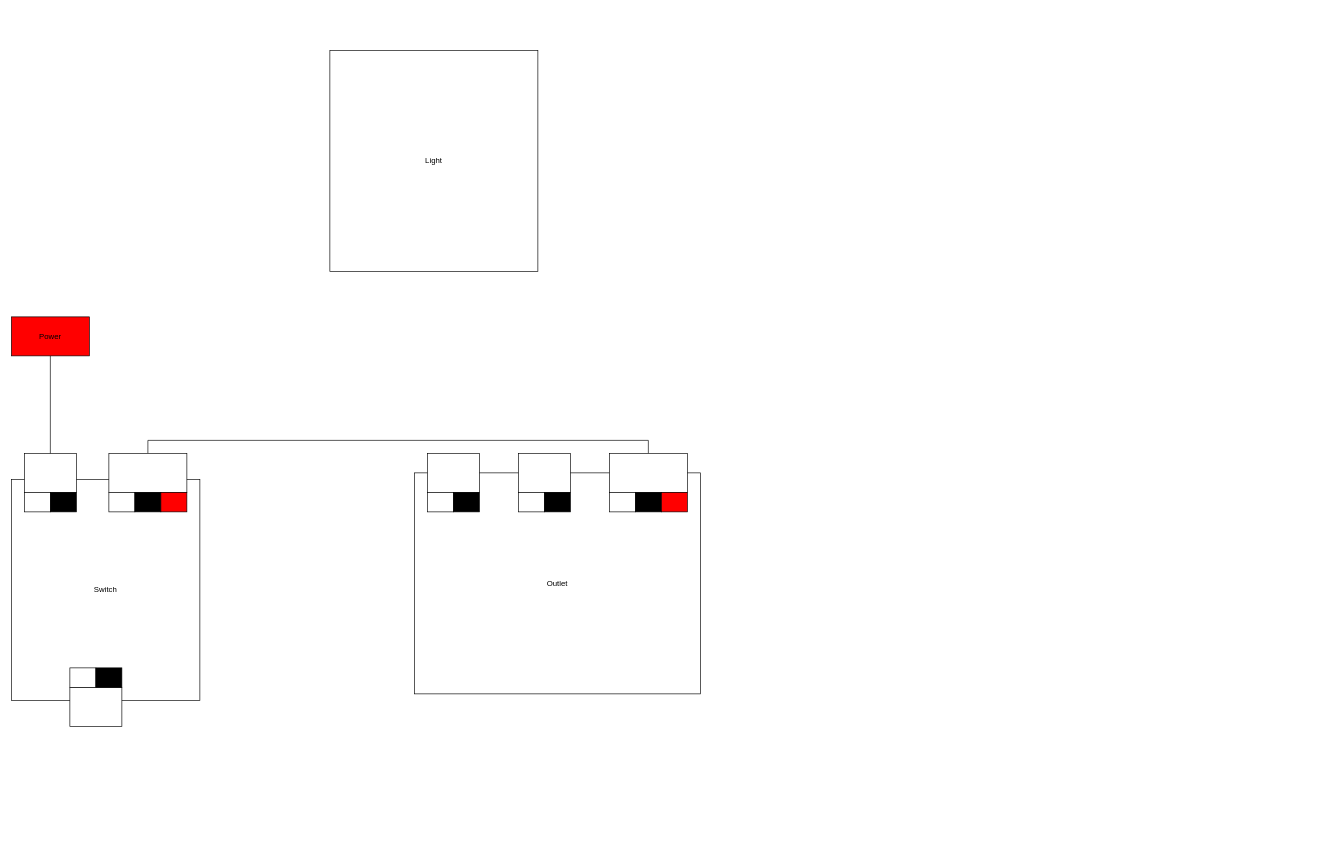
pauldotknopf/drawio keeps this draw.io diagram as Electrical.drawio. Above is the earlier version. Source tidied: cells renumbered, new cells numbered last; positions are measured from the earlier drawing's top-left corner, leaving out a move shared by most shapes. Both pictures are drawn from the tidied source at 65%, with x=0, y=0 at pixel (11, 50).
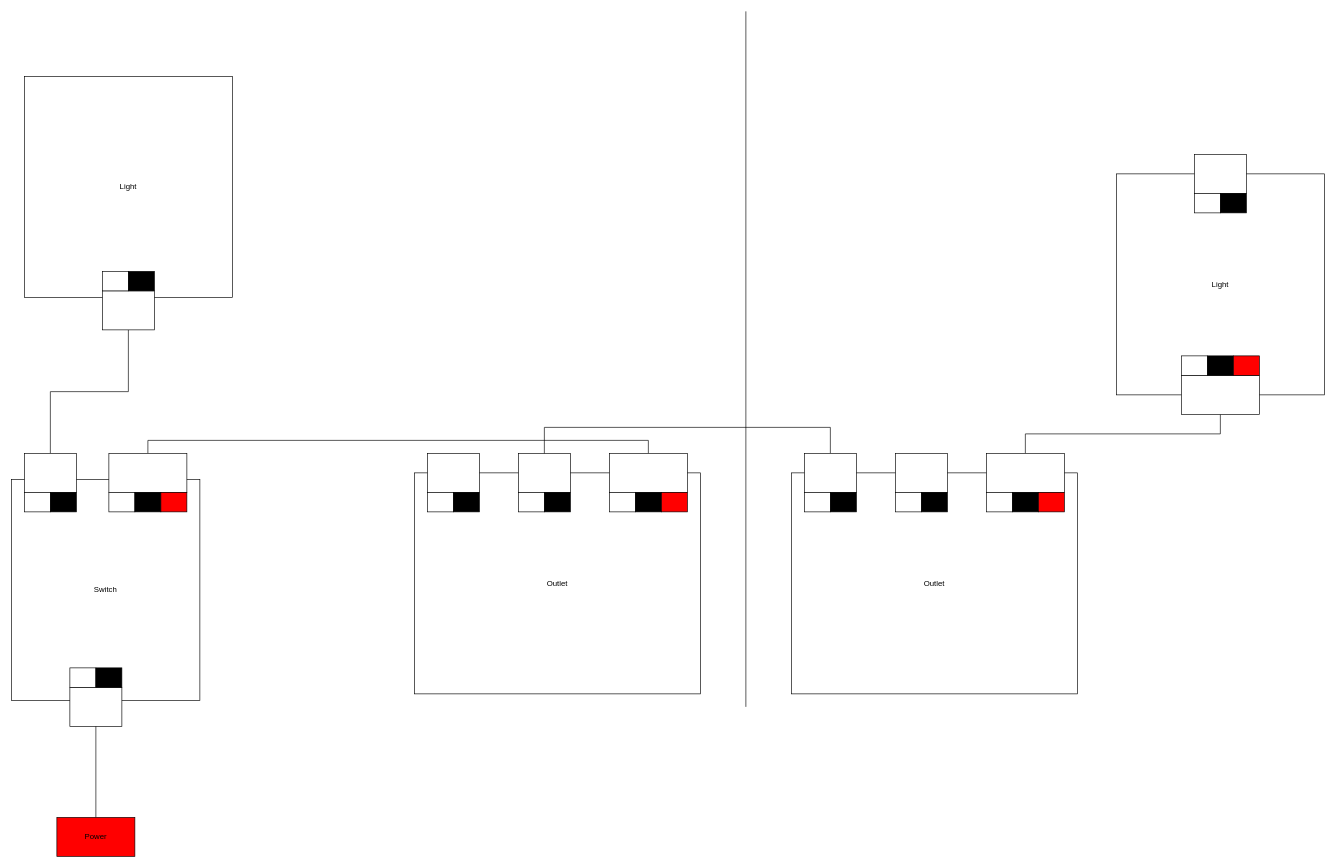
The same diagram, later.

The change refers to these unchanged cells:
```xml
<mxCell id="10" style="rounded=0;whiteSpace=wrap;html=1;" parent="1" vertex="1">
  <mxGeometry x="20" y="620" width="80" height="60" as="geometry" />
</mxCell>
<mxCell id="13" style="rounded=0;whiteSpace=wrap;html=1;" parent="1" vertex="1">
  <mxGeometry x="90" y="980" width="80" height="60" as="geometry" />
</mxCell>
<mxCell id="20" style="rounded=0;whiteSpace=wrap;html=1;" parent="1" vertex="1">
  <mxGeometry x="780" y="620" width="80" height="60" as="geometry" />
</mxCell>
```

Change to the diagram source:
```diff
@@
     <mxCell id="4" value="Light" style="rounded=0;whiteSpace=wrap;html=1;" parent="1" vertex="1">
-      <mxGeometry x="490" width="320" height="340" as="geometry" />
+      <mxGeometry x="20" y="40" width="320" height="340" as="geometry" />
     </mxCell>
@@
+    <mxCell id="28" style="edgeStyle=orthogonalEdgeStyle;rounded=0;jettySize=auto;html=1;exitX=0.5;exitY=0;exitDx=0;exitDy=0;entryX=0.5;entryY=1;entryDx=0;entryDy=0;endArrow=none;endFill=0;" parent="1" edge="1" source="10" target="44">
+      <mxGeometry relative="1" as="geometry" />
+    </mxCell>
@@
+    <mxCell id="29" style="edgeStyle=orthogonalEdgeStyle;rounded=0;jettySize=auto;html=1;exitX=0.5;exitY=0;exitDx=0;exitDy=0;entryX=0.5;entryY=0;entryDx=0;entryDy=0;endArrow=none;endFill=0;" parent="1" edge="1" source="20" target="41">
+      <mxGeometry relative="1" as="geometry">
+        <Array as="points">
+          <mxPoint x="820" y="580" />
+          <mxPoint x="1260" y="580" />
+        </Array>
+      </mxGeometry>
+    </mxCell>
@@
-    <mxCell id="26" style="edgeStyle=orthogonalEdgeStyle;rounded=0;jettySize=auto;html=1;exitX=0.5;exitY=1;exitDx=0;exitDy=0;entryX=0.5;entryY=0;entryDx=0;entryDy=0;endArrow=none;endFill=0;" parent="1" edge="1" source="27" target="10">
-      <mxGeometry relative="1" as="geometry" />
-    </mxCell>
+    <mxCell id="30" style="edgeStyle=orthogonalEdgeStyle;rounded=0;jettySize=auto;html=1;exitX=0.5;exitY=0;exitDx=0;exitDy=0;entryX=0.5;entryY=1;entryDx=0;entryDy=0;endArrow=none;endFill=0;" parent="1" edge="1" source="27" target="13">
+      <mxGeometry relative="1" as="geometry" />
+    </mxCell>
     <mxCell id="27" value="Power" style="rounded=0;whiteSpace=wrap;html=1;fillColor=#FF0000;" parent="1" vertex="1">
-      <mxGeometry y="410" width="120" height="60" as="geometry" />
+      <mxGeometry x="70" y="1180" width="120" height="60" as="geometry" />
     </mxCell>
+    <mxCell id="31" style="endArrow=none;html=1;rounded=0;" parent="1" edge="1">
+      <mxGeometry relative="1" as="geometry">
+        <mxPoint x="1130" y="1010" as="sourcePoint" />
+        <mxPoint x="1130" y="-60" as="targetPoint" />
+      </mxGeometry>
+    </mxCell>
+    <mxCell id="32" value="Outlet" style="rounded=0;whiteSpace=wrap;html=1;" parent="1" vertex="1">
+      <mxGeometry x="1200" y="650" width="440" height="340" as="geometry" />
+    </mxCell>
+    <mxCell id="33" style="edgeStyle=orthogonalEdgeStyle;rounded=0;jettySize=auto;html=1;exitX=0.5;exitY=0;exitDx=0;exitDy=0;entryX=0.5;entryY=1;entryDx=0;entryDy=0;endArrow=none;endFill=0;" parent="1" edge="1" source="34" target="51">
+      <mxGeometry relative="1" as="geometry" />
+    </mxCell>
+    <mxCell id="34" style="rounded=0;whiteSpace=wrap;html=1;" parent="1" vertex="1">
+      <mxGeometry x="1500" y="620" width="120" height="60" as="geometry" />
+    </mxCell>
+    <mxCell id="35" style="rounded=0;whiteSpace=wrap;html=1;" parent="1" vertex="1">
+      <mxGeometry x="1500" y="680" width="40" height="30" as="geometry" />
+    </mxCell>
+    <mxCell id="36" style="rounded=0;whiteSpace=wrap;html=1;fillColor=#000000;" parent="1" vertex="1">
+      <mxGeometry x="1540" y="680" width="40" height="30" as="geometry" />
+    </mxCell>
+    <mxCell id="37" style="rounded=0;whiteSpace=wrap;html=1;fillColor=#FF0000;" parent="1" vertex="1">
+      <mxGeometry x="1580" y="680" width="40" height="30" as="geometry" />
+    </mxCell>
+    <mxCell id="38" style="rounded=0;whiteSpace=wrap;html=1;" parent="1" vertex="1">
+      <mxGeometry x="1360" y="620" width="80" height="60" as="geometry" />
+    </mxCell>
+    <mxCell id="39" style="rounded=0;whiteSpace=wrap;html=1;" parent="1" vertex="1">
+      <mxGeometry x="1360" y="680" width="40" height="30" as="geometry" />
+    </mxCell>
+    <mxCell id="40" style="rounded=0;whiteSpace=wrap;html=1;fillColor=#000000;" parent="1" vertex="1">
+      <mxGeometry x="1400" y="680" width="40" height="30" as="geometry" />
+    </mxCell>
+    <mxCell id="41" style="rounded=0;whiteSpace=wrap;html=1;" parent="1" vertex="1">
+      <mxGeometry x="1220" y="620" width="80" height="60" as="geometry" />
+    </mxCell>
+    <mxCell id="42" style="rounded=0;whiteSpace=wrap;html=1;" parent="1" vertex="1">
+      <mxGeometry x="1220" y="680" width="40" height="30" as="geometry" />
+    </mxCell>
+    <mxCell id="43" style="rounded=0;whiteSpace=wrap;html=1;fillColor=#000000;" parent="1" vertex="1">
+      <mxGeometry x="1260" y="680" width="40" height="30" as="geometry" />
+    </mxCell>
+    <mxCell id="44" style="rounded=0;whiteSpace=wrap;html=1;" parent="1" vertex="1">
+      <mxGeometry x="140" y="370" width="80" height="60" as="geometry" />
+    </mxCell>
+    <mxCell id="45" style="rounded=0;whiteSpace=wrap;html=1;" parent="1" vertex="1">
+      <mxGeometry x="140" y="340" width="40" height="30" as="geometry" />
+    </mxCell>
+    <mxCell id="46" style="rounded=0;whiteSpace=wrap;html=1;fillColor=#000000;" parent="1" vertex="1">
+      <mxGeometry x="180" y="340" width="40" height="30" as="geometry" />
+    </mxCell>
+    <mxCell id="47" value="Light" style="rounded=0;whiteSpace=wrap;html=1;" parent="1" vertex="1">
+      <mxGeometry x="1700" y="190" width="320" height="340" as="geometry" />
+    </mxCell>
+    <mxCell id="48" style="rounded=0;whiteSpace=wrap;html=1;" parent="1" vertex="1">
+      <mxGeometry x="1820" y="160" width="80" height="60" as="geometry" />
+    </mxCell>
+    <mxCell id="49" style="rounded=0;whiteSpace=wrap;html=1;" parent="1" vertex="1">
+      <mxGeometry x="1820" y="220" width="40" height="30" as="geometry" />
+    </mxCell>
+    <mxCell id="50" style="rounded=0;whiteSpace=wrap;html=1;fillColor=#000000;" parent="1" vertex="1">
+      <mxGeometry x="1860" y="220" width="40" height="30" as="geometry" />
+    </mxCell>
+    <mxCell id="51" style="rounded=0;whiteSpace=wrap;html=1;" parent="1" vertex="1">
+      <mxGeometry x="1800" y="500" width="120" height="60" as="geometry" />
+    </mxCell>
+    <mxCell id="52" style="rounded=0;whiteSpace=wrap;html=1;" parent="1" vertex="1">
+      <mxGeometry x="1800" y="470" width="40" height="30" as="geometry" />
+    </mxCell>
+    <mxCell id="53" style="rounded=0;whiteSpace=wrap;html=1;fillColor=#000000;" parent="1" vertex="1">
+      <mxGeometry x="1840" y="470" width="40" height="30" as="geometry" />
+    </mxCell>
+    <mxCell id="54" style="rounded=0;whiteSpace=wrap;html=1;fillColor=#FF0000;" parent="1" vertex="1">
+      <mxGeometry x="1880" y="470" width="40" height="30" as="geometry" />
+    </mxCell>
```
